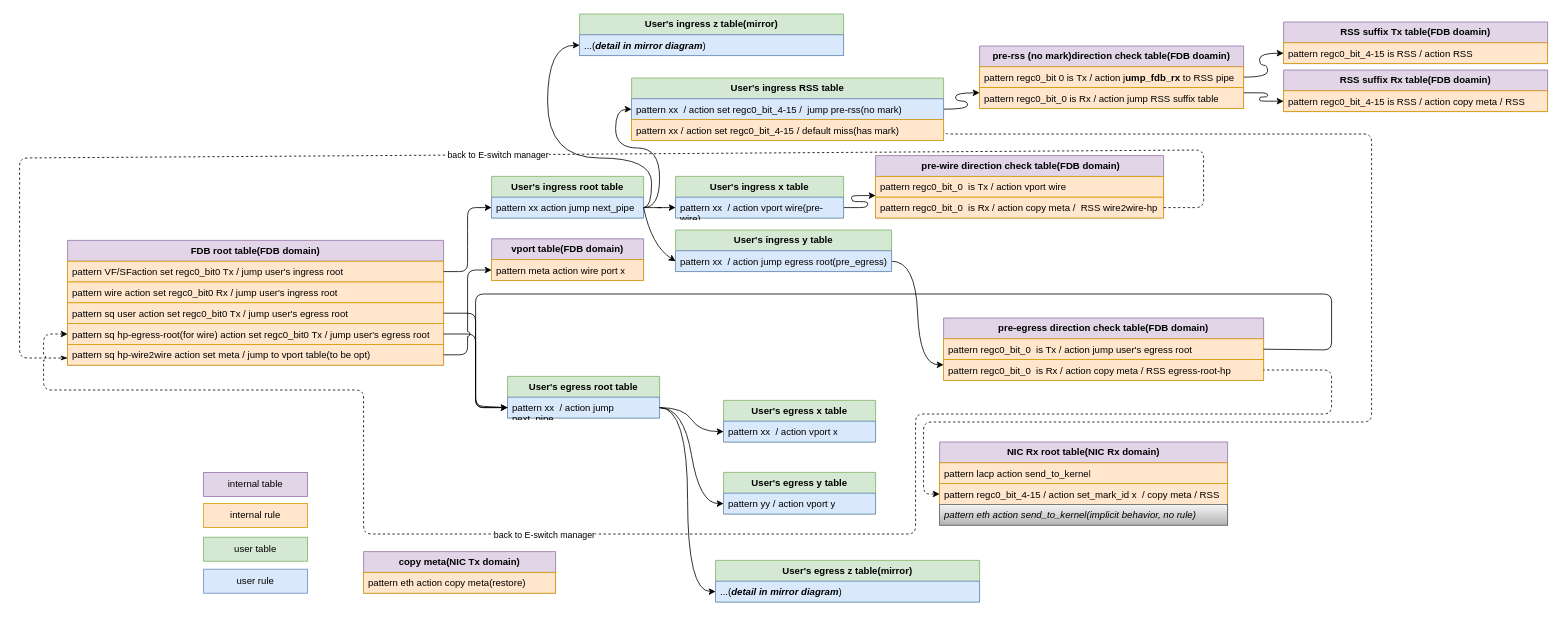
This is page "fdb_rss_expert" (4 of 5) of Untitled Diagram.drawio from smou-mlnx/draw, a draw.io file, before an edit. Source tidied: cells renumbered, new cells numbered last; positions are measured from the earlier drawing's top-left corner, leaving out a move shared by most shapes. Both pictures are drawn from the tidied source at 80%, with x=0, y=0 at pixel (19, 14).
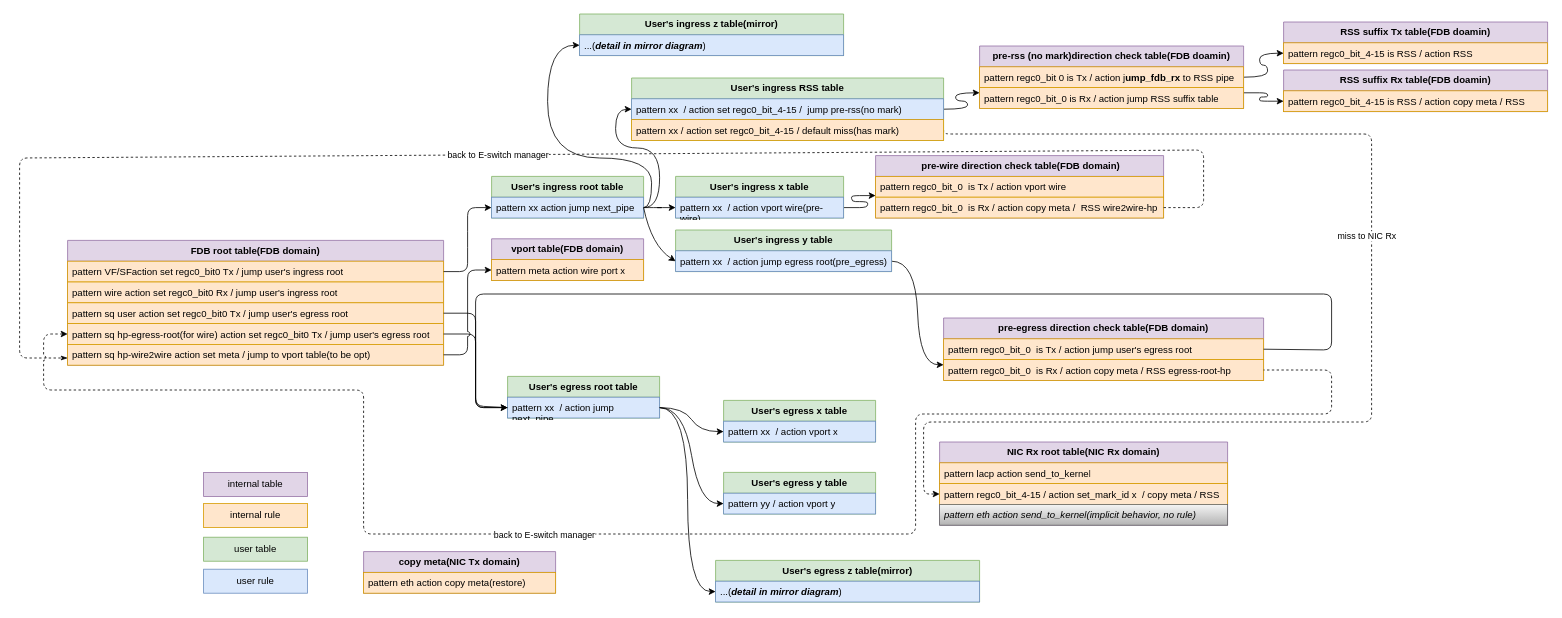
After the change.

Unchanged cells that the change refers to:
```xml
<mxCell id="54" style="edgeStyle=orthogonalEdgeStyle;rounded=1;jettySize=auto;html=1;exitX=1;exitY=0.5;exitDx=0;exitDy=0;entryX=0;entryY=0.5;entryDx=0;entryDy=0;curved=0;dashed=1;" parent="1" edge="1" source="57" target="39">
  <mxGeometry relative="1" as="geometry">
    <Array as="points">
      <mxPoint x="1155" y="150" />
      <mxPoint x="1690" y="150" />
      <mxPoint x="1690" y="510" />
      <mxPoint x="1130" y="510" />
      <mxPoint x="1130" y="600" />
    </Array>
  </mxGeometry>
</mxCell>
```

What changed in the source:
```diff
@@
+    <mxCell id="74" value="miss to NIC Rx" style="edgeLabel;html=1;align=center;verticalAlign=middle;" parent="54" vertex="1">
+      <mxGeometry x="-0.15" y="-7" relative="1" as="geometry" />
+    </mxCell>
```
